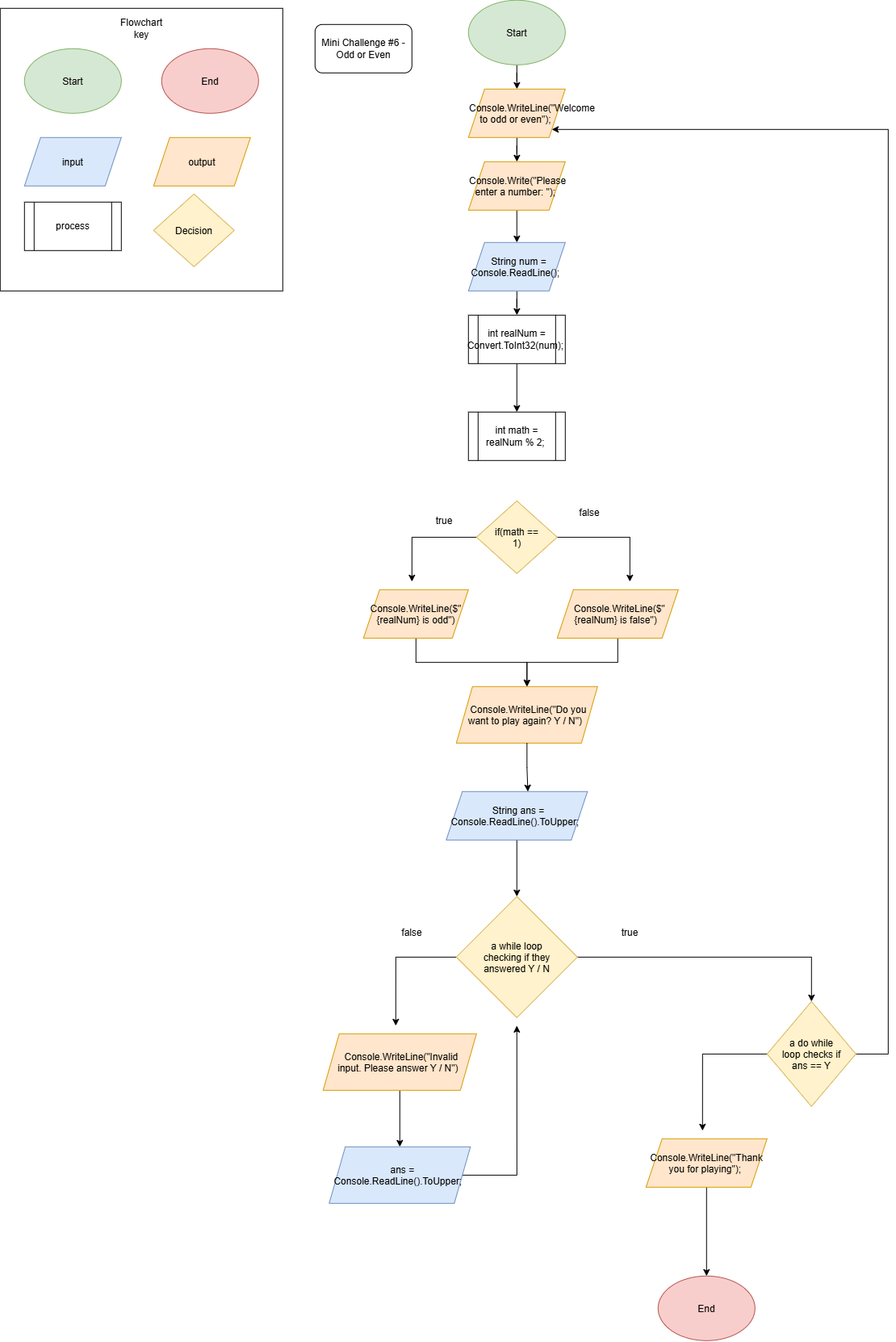
CallenThomason/Mini-Challenge--6---Odd-Or-Even-ThomasonC keeps this draw.io diagram as Mini Challenge #6 - Odd or Even.drawio.png. Above is the earlier version. Source tidied: cells renumbered, new cells last; positions are measured from the earlier drawing's top-left corner, leaving out a move shared by most shapes.
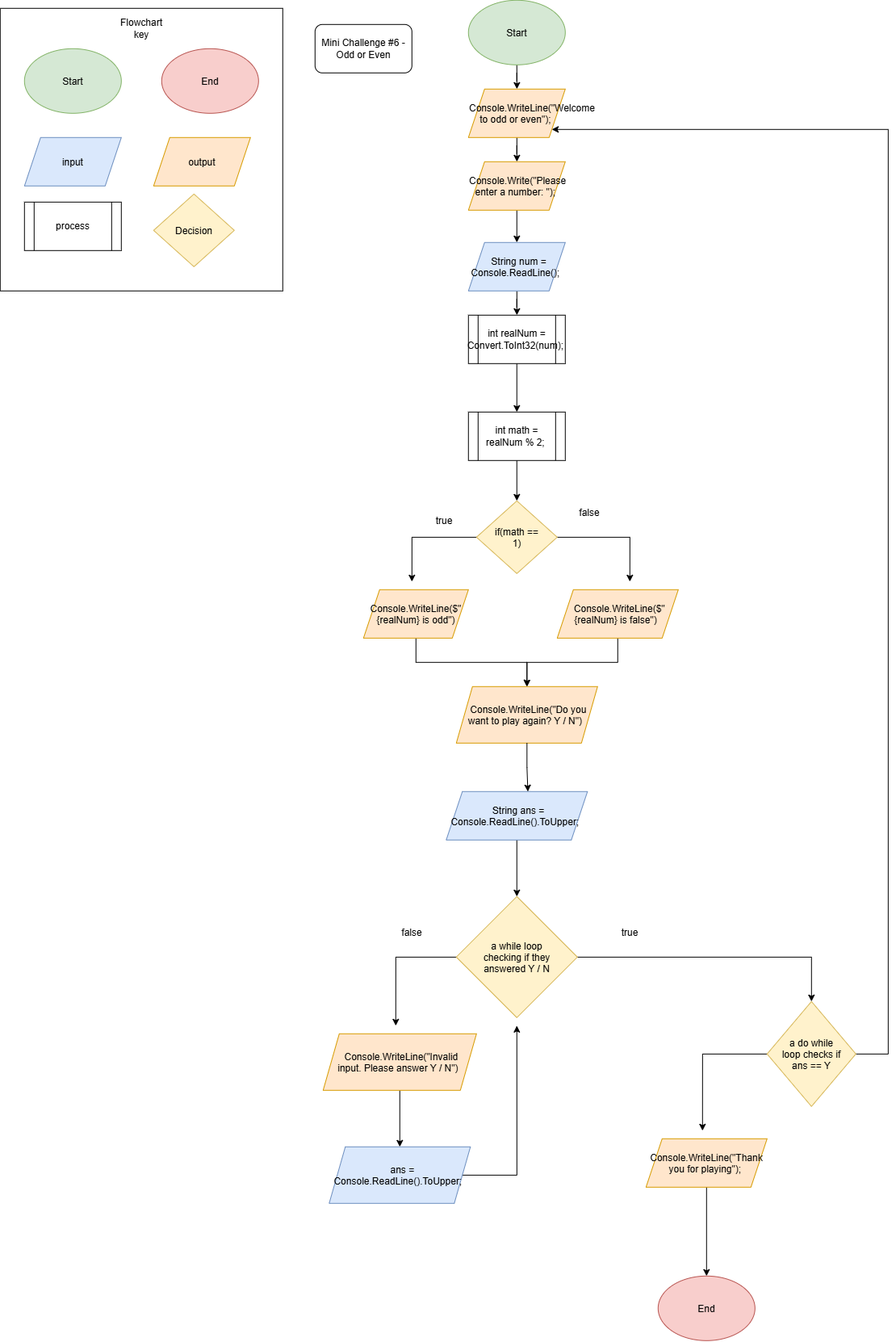
After the change.

Commit message:
Updated Flow Chart

The edit, as a diff of the source:
```diff
@@ -69,6 +69,9 @@
     <mxCell id="22" value="int realNum = Convert.ToInt32(num);&amp;nbsp;" style="shape=process;whiteSpace=wrap;html=1;backgroundOutline=1;" parent="1" vertex="1">
       <mxGeometry x="580" y="390" width="120" height="60" as="geometry" />
     </mxCell>
+    <mxCell id="50" style="edgeStyle=orthogonalEdgeStyle;rounded=0;jettySize=auto;html=1;entryX=0.5;entryY=0;entryDx=0;entryDy=0;" parent="1" edge="1" source="23" target="11">
+      <mxGeometry relative="1" as="geometry" />
+    </mxCell>
     <mxCell id="23" value="int math = realNum % 2;&amp;nbsp;" style="shape=process;whiteSpace=wrap;html=1;backgroundOutline=1;" parent="1" vertex="1">
       <mxGeometry x="580" y="510" width="120" height="60" as="geometry" />
     </mxCell>
```
